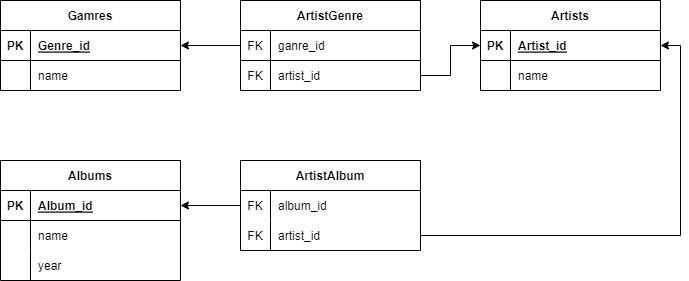
Earlier version of the draw.io export Диаграмма без названия.drawio.png (VadimRoziznan/Work_with_SQL_creat_database). Source tidied: cells renumbered, new cells last; positions are measured from the earlier drawing's top-left corner, leaving out a move shared by most shapes.
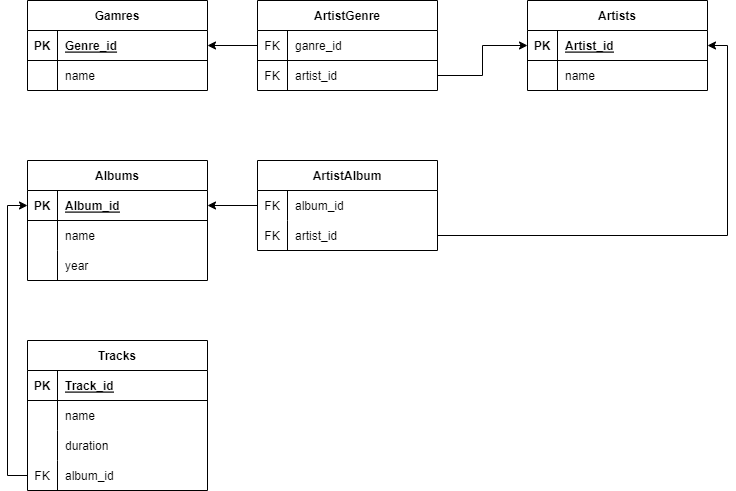
Later version of the same file.

What changed in the source:
```diff
@@ -3,7 +3,7 @@
     <mxCell id="0" />
     <mxCell id="1" parent="0" />
     <mxCell id="2" value="Gamres" style="shape=table;startSize=30;rowLines=0;fontStyle=1;align=center;" parent="1" vertex="1">
-      <mxGeometry width="180" height="90" as="geometry" />
+      <mxGeometry x="40" width="180" height="90" as="geometry" />
     </mxCell>
     <mxCell id="3" style="shape=tableRow;horizontal=0;startSize=0;swimlaneHead=0;swimlaneBody=0;fillColor=none;points=[[0,0.5],[1,0.5]];portConstraint=eastwest;top=0;left=0;right=0;bottom=1;" parent="2" vertex="1">
       <mxGeometry y="30" width="180" height="30" as="geometry" />
@@ -24,7 +24,7 @@
       <mxGeometry x="30" width="150" height="30" as="geometry" />
     </mxCell>
     <mxCell id="9" value="ArtistGenre" style="shape=table;startSize=30;rowLines=0;fontStyle=1;align=center;" parent="1" vertex="1">
-      <mxGeometry x="240" width="180" height="90" as="geometry" />
+      <mxGeometry x="270" width="180" height="90" as="geometry" />
     </mxCell>
     <mxCell id="10" style="shape=tableRow;horizontal=0;startSize=0;swimlaneHead=0;swimlaneBody=0;fillColor=none;points=[[0,0.5],[1,0.5]];portConstraint=eastwest;top=0;left=0;right=0;bottom=1;" parent="9" vertex="1">
       <mxGeometry y="30" width="180" height="30" as="geometry" />
@@ -45,7 +45,7 @@
       <mxGeometry x="30" width="150" height="30" as="geometry" />
     </mxCell>
     <mxCell id="16" value="Artists" style="shape=table;startSize=30;rowLines=0;fontStyle=1;align=center;" parent="1" vertex="1">
-      <mxGeometry x="480" width="180" height="90" as="geometry" />
+      <mxGeometry x="540" width="180" height="90" as="geometry" />
     </mxCell>
     <mxCell id="17" style="shape=tableRow;horizontal=0;startSize=0;swimlaneHead=0;swimlaneBody=0;fillColor=none;points=[[0,0.5],[1,0.5]];portConstraint=eastwest;top=0;left=0;right=0;bottom=1;" parent="16" vertex="1">
       <mxGeometry y="30" width="180" height="30" as="geometry" />
@@ -69,7 +69,7 @@
       <mxGeometry relative="1" as="geometry" />
     </mxCell>
     <mxCell id="24" value="Albums" style="shape=table;startSize=30;rowLines=0;fontStyle=1;align=center;" parent="1" vertex="1">
-      <mxGeometry y="160" width="180" height="120" as="geometry" />
+      <mxGeometry x="40" y="160" width="180" height="120" as="geometry" />
     </mxCell>
     <mxCell id="25" style="shape=tableRow;horizontal=0;startSize=0;swimlaneHead=0;swimlaneBody=0;fillColor=none;points=[[0,0.5],[1,0.5]];portConstraint=eastwest;top=0;left=0;right=0;bottom=1;" parent="24" vertex="1">
       <mxGeometry y="30" width="180" height="30" as="geometry" />
@@ -99,7 +99,7 @@
       <mxGeometry x="30" width="150" height="30" as="geometry" />
     </mxCell>
     <mxCell id="34" value="ArtistAlbum" style="shape=table;startSize=30;rowLines=0;fontStyle=1;align=center;" parent="1" vertex="1">
-      <mxGeometry x="240" y="160" width="180" height="90" as="geometry" />
+      <mxGeometry x="270" y="160" width="180" height="90" as="geometry" />
     </mxCell>
     <mxCell id="35" style="shape=tableRow;horizontal=0;startSize=0;swimlaneHead=0;swimlaneBody=0;fillColor=none;points=[[0,0.5],[1,0.5]];portConstraint=eastwest;top=0;left=0;right=0;bottom=0;" parent="34" vertex="1">
       <mxGeometry y="30" width="180" height="30" as="geometry" />
@@ -128,5 +128,47 @@
     <mxCell id="43" style="edgeStyle=orthogonalEdgeStyle;rounded=0;jettySize=auto;html=1;exitX=1;exitY=0.5;exitDx=0;exitDy=0;entryX=1;entryY=0.5;entryDx=0;entryDy=0;" parent="1" edge="1" source="38" target="17">
       <mxGeometry relative="1" as="geometry" />
     </mxCell>
+    <mxCell id="44" value="Tracks" style="shape=table;startSize=30;rowLines=0;fontStyle=1;align=center;" parent="1" vertex="1">
+      <mxGeometry x="40" y="340" width="180" height="150" as="geometry" />
+    </mxCell>
+    <mxCell id="45" style="shape=tableRow;horizontal=0;startSize=0;swimlaneHead=0;swimlaneBody=0;fillColor=none;top=0;left=0;right=0;bottom=1;" parent="44" vertex="1">
+      <mxGeometry y="30" width="180" height="30" as="geometry" />
+    </mxCell>
+    <mxCell id="46" value="PK" style="shape=partialRectangle;fillColor=none;top=0;left=0;bottom=0;right=0;fontStyle=1;overflow=hidden;" parent="45" vertex="1">
+      <mxGeometry width="30" height="30" as="geometry" />
+    </mxCell>
+    <mxCell id="47" value="Track_id" style="shape=partialRectangle;fillColor=none;top=0;left=0;bottom=0;right=0;align=left;spacingLeft=6;fontStyle=5;overflow=hidden;" parent="45" vertex="1">
+      <mxGeometry x="30" width="150" height="30" as="geometry" />
+    </mxCell>
+    <mxCell id="48" style="shape=tableRow;horizontal=0;startSize=0;swimlaneHead=0;swimlaneBody=0;fillColor=none;top=0;left=0;right=0;bottom=0;" parent="44" vertex="1">
+      <mxGeometry y="60" width="180" height="30" as="geometry" />
+    </mxCell>
+    <mxCell id="49" style="shape=partialRectangle;fillColor=none;top=0;left=0;bottom=0;right=0;overflow=hidden;" parent="48" vertex="1">
+      <mxGeometry width="30" height="30" as="geometry" />
+    </mxCell>
+    <mxCell id="50" value="name" style="shape=partialRectangle;fillColor=none;top=0;left=0;bottom=0;right=0;align=left;spacingLeft=6;overflow=hidden;" parent="48" vertex="1">
+      <mxGeometry x="30" width="150" height="30" as="geometry" />
+    </mxCell>
+    <mxCell id="51" style="shape=tableRow;horizontal=0;startSize=0;swimlaneHead=0;swimlaneBody=0;fillColor=none;top=0;left=0;right=0;bottom=0;" parent="44" vertex="1">
+      <mxGeometry y="90" width="180" height="30" as="geometry" />
+    </mxCell>
+    <mxCell id="52" style="shape=partialRectangle;fillColor=none;top=0;left=0;bottom=0;right=0;overflow=hidden;" parent="51" vertex="1">
+      <mxGeometry width="30" height="30" as="geometry" />
+    </mxCell>
+    <mxCell id="53" value="duration" style="shape=partialRectangle;fillColor=none;top=0;left=0;bottom=0;right=0;align=left;spacingLeft=6;overflow=hidden;" parent="51" vertex="1">
+      <mxGeometry x="30" width="150" height="30" as="geometry" />
+    </mxCell>
+    <mxCell id="54" style="shape=tableRow;horizontal=0;startSize=0;swimlaneHead=0;swimlaneBody=0;fillColor=none;points=[[0,0.5],[1,0.5]];portConstraint=eastwest;top=0;left=0;right=0;bottom=0;" parent="44" vertex="1">
+      <mxGeometry y="120" width="180" height="30" as="geometry" />
+    </mxCell>
+    <mxCell id="55" value="FK" style="shape=partialRectangle;fillColor=none;top=0;left=0;bottom=0;right=0;overflow=hidden;" parent="54" vertex="1">
+      <mxGeometry width="30" height="30" as="geometry" />
+    </mxCell>
+    <mxCell id="56" value="album_id" style="shape=partialRectangle;fillColor=none;top=0;left=0;bottom=0;right=0;align=left;spacingLeft=6;overflow=hidden;" parent="54" vertex="1">
+      <mxGeometry x="30" width="150" height="30" as="geometry" />
+    </mxCell>
+    <mxCell id="57" style="edgeStyle=orthogonalEdgeStyle;rounded=0;jettySize=auto;html=1;exitX=0;exitY=0.5;exitDx=0;exitDy=0;entryX=0;entryY=0.5;entryDx=0;entryDy=0;" parent="1" edge="1" source="54" target="25">
+      <mxGeometry relative="1" as="geometry" />
+    </mxCell>
   </root>
 </mxGraphModel>
```
